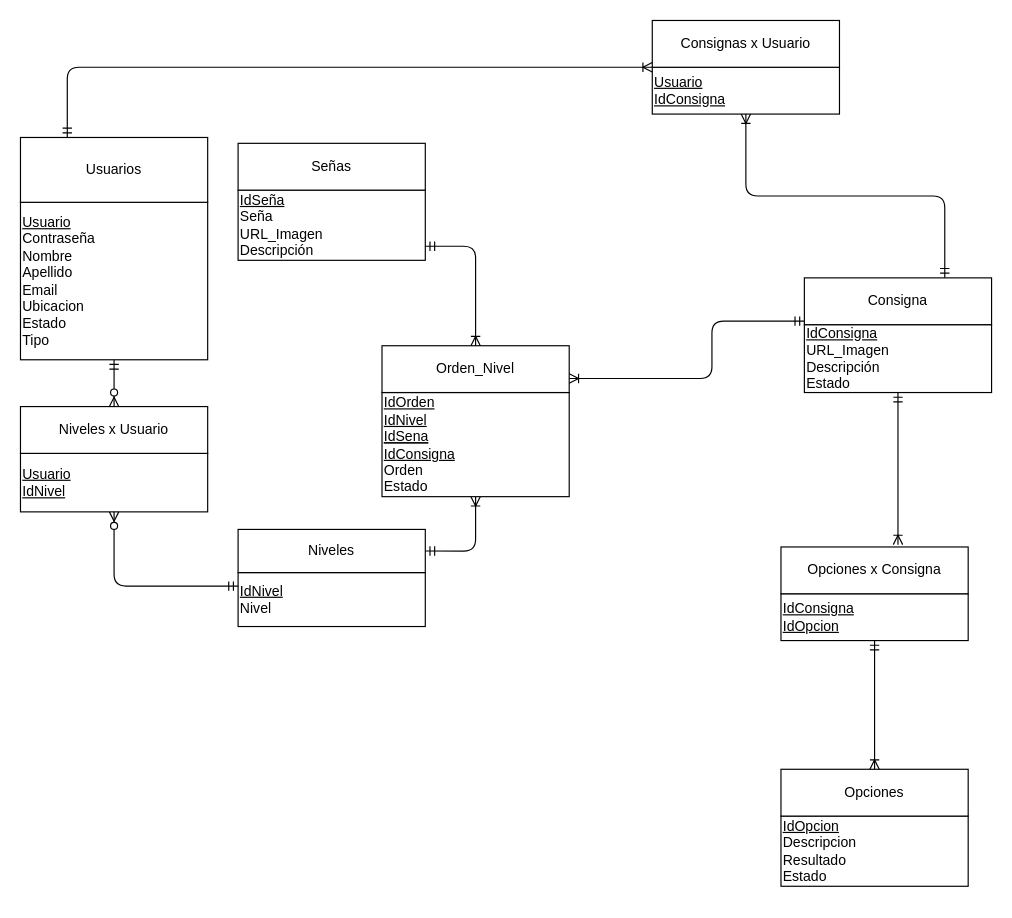
Above: Documentación/DER.drawio in AxelNegro/PA2_Grupo1 (draw.io), before the change. Source tidied: cells renumbered, new cells numbered last; positions are measured from the earlier drawing's top-left corner, leaving out a move shared by most shapes. Both pictures are drawn from the tidied source at 117%, with x=0, y=0 at pixel (20, 20).
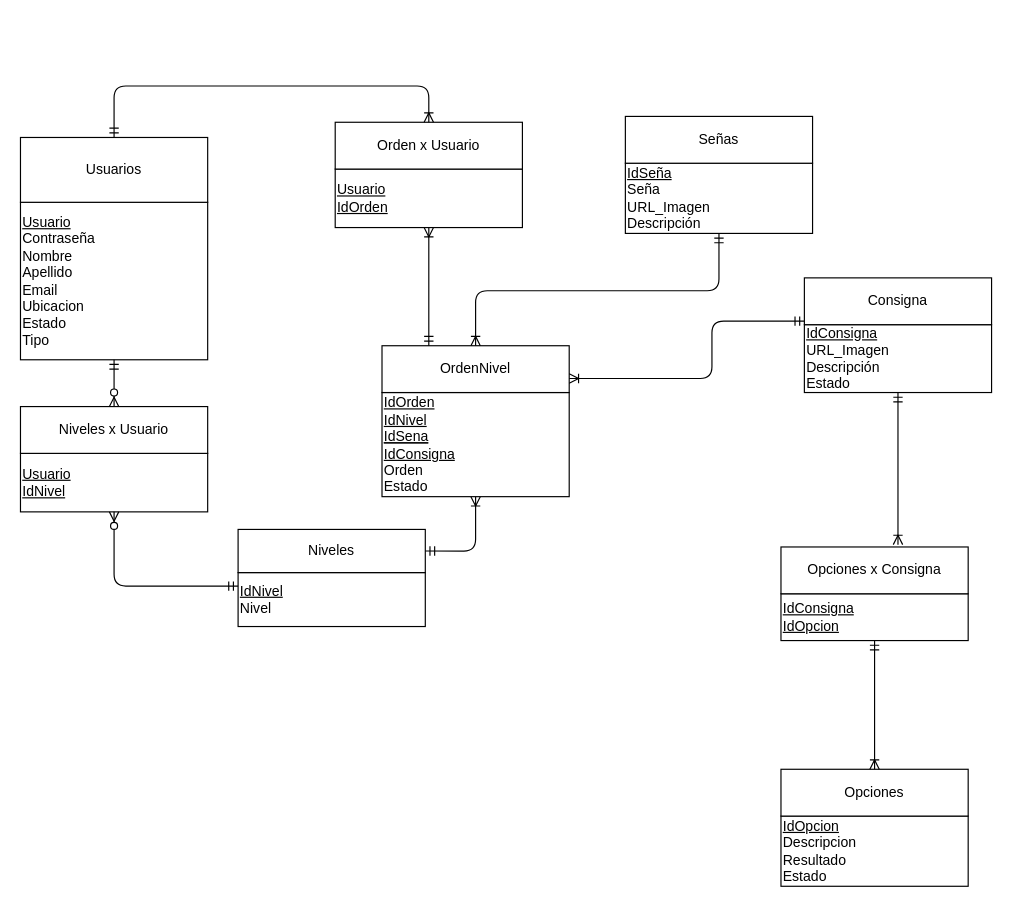
After the change.

Unchanged cells that the change refers to:
```xml
<mxCell id="10" value="Consigna" style="rounded=0;whiteSpace=wrap;html=1;" parent="8" vertex="1">
  <mxGeometry width="160" height="40" as="geometry" />
</mxCell>
<mxCell id="15" value="&lt;div&gt;&lt;u&gt;IdSeña&lt;/u&gt;&lt;/div&gt;&lt;div&gt;Seña&lt;/div&gt;&lt;div&gt;URL_Imagen&lt;br&gt;&lt;/div&gt;&lt;div&gt;Descripción&lt;/div&gt;" style="rounded=0;whiteSpace=wrap;html=1;align=left;" parent="14" vertex="1">
  <mxGeometry y="40" width="160" height="60" as="geometry" />
</mxCell>
<mxCell id="19" value="Usuarios" style="rounded=0;whiteSpace=wrap;html=1;" parent="17" vertex="1">
  <mxGeometry width="160" height="55.4" as="geometry" />
</mxCell>
<mxCell id="31" style="group;" parent="1" vertex="1">
  <mxGeometry x="309" y="278" width="160" height="129" as="geometry" />
</mxCell>
```

The edit, as a diff of the source:
```diff
@@
     <mxCell id="14" style="group;" parent="1" vertex="1">
-      <mxGeometry x="186" y="105" width="160" height="100" as="geometry" />
+      <mxGeometry x="517" y="82" width="160" height="100" as="geometry" />
     </mxCell>
@@
-    <mxCell id="23" value="&lt;div&gt;&lt;u&gt;Usuario&lt;/u&gt;&lt;/div&gt;&lt;div&gt;&lt;u&gt;IdConsigna&lt;/u&gt;&lt;/div&gt;" style="rounded=0;whiteSpace=wrap;html=1;align=left;" parent="1" vertex="1">
-      <mxGeometry x="540" y="40" width="160" height="40" as="geometry" />
-    </mxCell>
-    <mxCell id="24" value="Consignas x Usuario" style="rounded=0;whiteSpace=wrap;html=1;" parent="1" vertex="1">
-      <mxGeometry x="540" width="160" height="40" as="geometry" />
-    </mxCell>
-    <mxCell id="25" style="edgeStyle=orthogonalEdgeStyle;rounded=1;jettySize=auto;html=1;exitX=0.25;exitY=0;exitDx=0;exitDy=0;entryX=0;entryY=1;entryDx=0;entryDy=0;startArrow=ERmandOne;startFill=0;endArrow=ERoneToMany;endFill=0;strokeColor=#000000;" parent="1" edge="1" source="19" target="24">
-      <mxGeometry relative="1" as="geometry">
-        <Array as="points">
-          <mxPoint x="40" y="40" />
-        </Array>
-      </mxGeometry>
-    </mxCell>
-    <mxCell id="26" style="edgeStyle=orthogonalEdgeStyle;rounded=1;jettySize=auto;html=1;exitX=0.75;exitY=0;exitDx=0;exitDy=0;entryX=0.5;entryY=1;entryDx=0;entryDy=0;startArrow=ERmandOne;startFill=0;endArrow=ERoneToMany;endFill=0;strokeColor=#000000;" parent="1" edge="1" source="10" target="23">
-      <mxGeometry relative="1" as="geometry" />
-    </mxCell>
@@
-    <mxCell id="33" value="Orden_Nivel" style="rounded=0;whiteSpace=wrap;html=1;" parent="31" vertex="1">
+    <mxCell id="33" value="OrdenNivel" style="rounded=0;whiteSpace=wrap;html=1;" parent="31" vertex="1">
       <mxGeometry width="160" height="40" as="geometry" />
     </mxCell>
     <mxCell id="34" style="edgeStyle=orthogonalEdgeStyle;rounded=1;jettySize=auto;html=1;entryX=0.5;entryY=0;entryDx=0;entryDy=0;startArrow=ERmandOne;startFill=0;endArrow=ERoneToMany;endFill=0;" parent="1" edge="1" source="15" target="33">
       <mxGeometry relative="1" as="geometry">
         <Array as="points">
-          <mxPoint x="389" y="193" />
+          <mxPoint x="597" y="231" />
+          <mxPoint x="389" y="231" />
         </Array>
       </mxGeometry>
     </mxCell>
@@
+    <mxCell id="37" style="group;" parent="1" vertex="1">
+      <mxGeometry x="269" y="87" width="160" height="90" as="geometry" />
+    </mxCell>
+    <mxCell id="38" value="&lt;div&gt;&lt;u&gt;Usuario&lt;/u&gt;&lt;/div&gt;&lt;div&gt;&lt;u&gt;IdOrden&lt;/u&gt;&lt;br&gt;&lt;/div&gt;" style="rounded=0;whiteSpace=wrap;html=1;align=left;" parent="37" vertex="1">
+      <mxGeometry y="40" width="160" height="50" as="geometry" />
+    </mxCell>
+    <mxCell id="39" value="Orden x Usuario" style="rounded=0;whiteSpace=wrap;html=1;" parent="37" vertex="1">
+      <mxGeometry width="160" height="40" as="geometry" />
+    </mxCell>
+    <mxCell id="40" style="edgeStyle=orthogonalEdgeStyle;rounded=1;jettySize=auto;html=1;exitX=0.5;exitY=0;exitDx=0;exitDy=0;entryX=0.5;entryY=0;entryDx=0;entryDy=0;endArrow=ERoneToMany;endFill=0;startArrow=ERmandOne;startFill=0;" parent="1" edge="1" source="19" target="39">
+      <mxGeometry relative="1" as="geometry">
+        <Array as="points">
+          <mxPoint x="80" y="56" />
+          <mxPoint x="349" y="56" />
+        </Array>
+      </mxGeometry>
+    </mxCell>
+    <mxCell id="41" style="edgeStyle=orthogonalEdgeStyle;rounded=1;jettySize=auto;html=1;exitX=0.5;exitY=1;exitDx=0;exitDy=0;entryX=0.25;entryY=0;entryDx=0;entryDy=0;startArrow=ERoneToMany;startFill=0;endArrow=ERmandOne;endFill=0;" parent="1" edge="1" source="38" target="33">
+      <mxGeometry relative="1" as="geometry" />
+    </mxCell>
```
